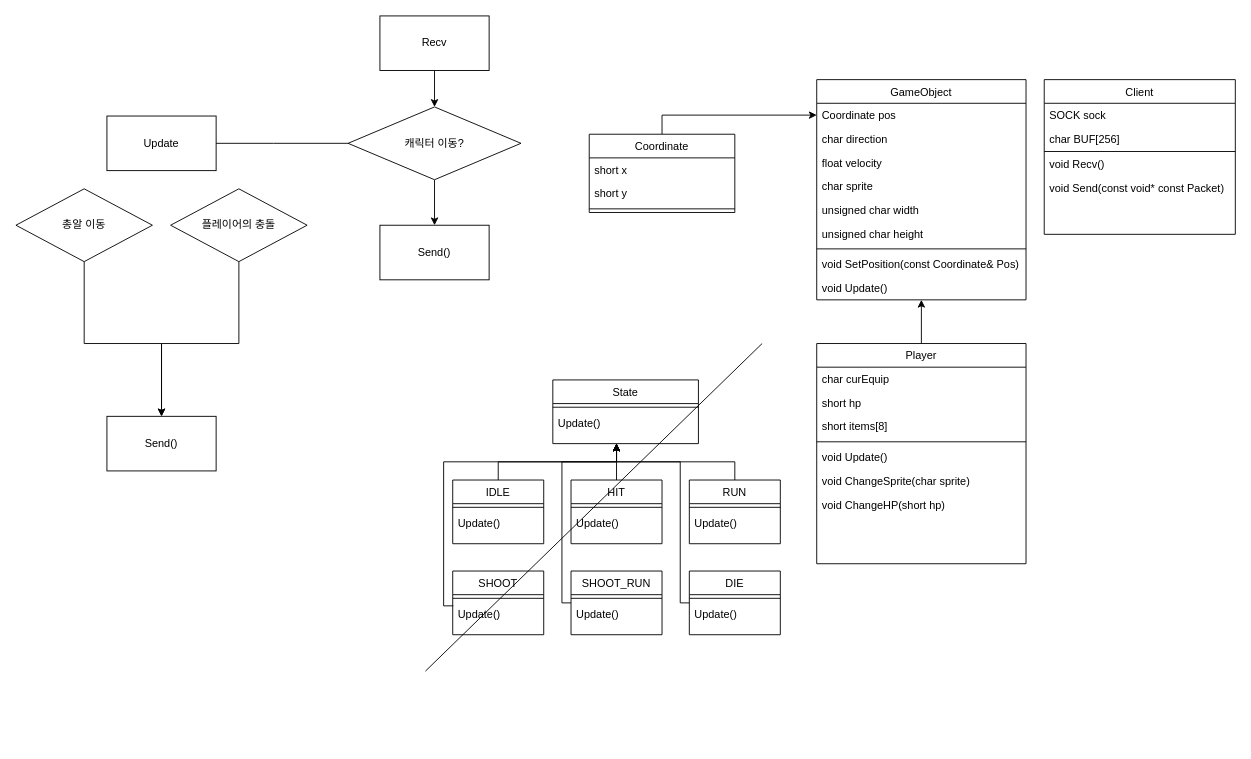
Above: server_class_diagram.drawio in kakik/agari (draw.io), before the change. Source tidied: cells renumbered, new cells numbered last; positions are measured from the earlier drawing's top-left corner, leaving out a move shared by most shapes. Both pictures are drawn from the tidied source at 91%, with x=0, y=0 at pixel (15, 15).
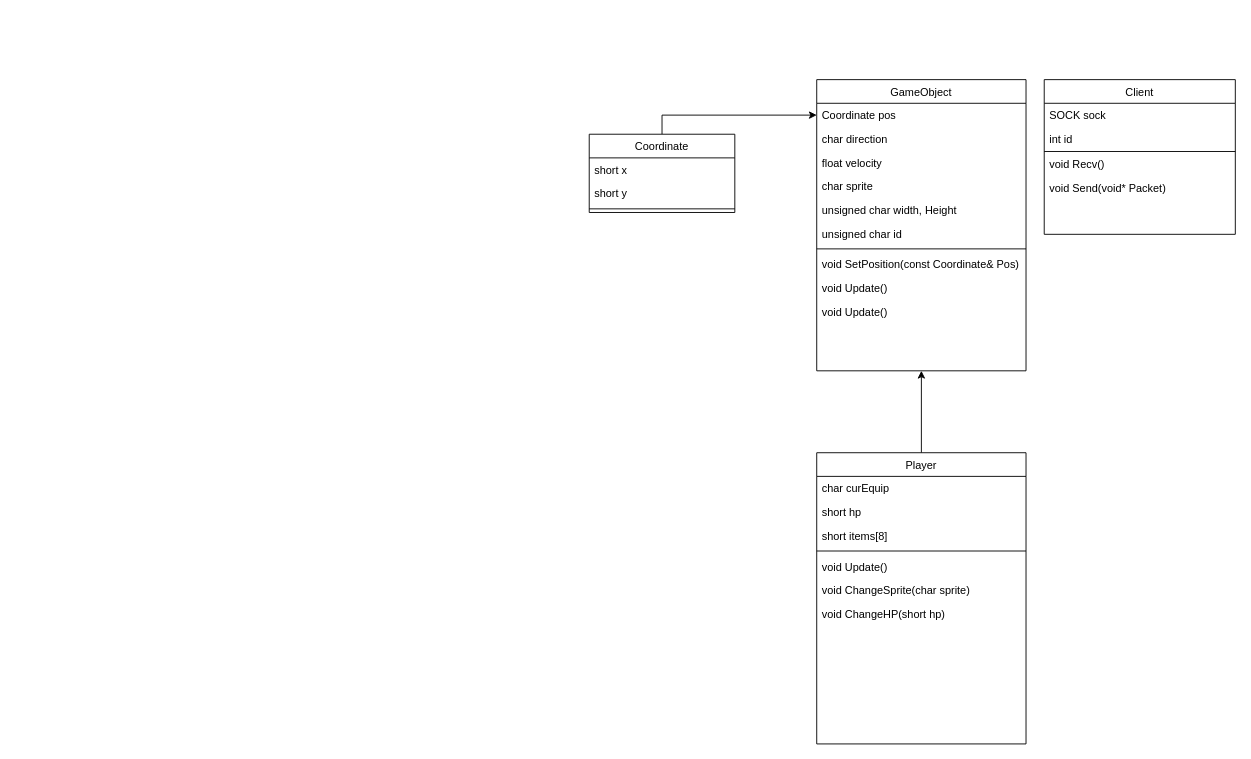
The same diagram, later.

The change refers to these unchanged cells:
```xml
<mxCell id="53" value="Client&#10;" style="swimlane;fontStyle=0;align=center;verticalAlign=top;horizontal=1;startSize=26;rounded=0;shadow=0;strokeWidth=1;" parent="1" vertex="1">
  <mxGeometry x="1130" y="70" width="210" height="170" as="geometry" />
</mxCell>
```

Change to the diagram source:
```diff
@@
     <mxCell id="3" value="Player" style="swimlane;fontStyle=0;align=center;verticalAlign=top;horizontal=1;startSize=26;rounded=0;shadow=0;strokeWidth=1;" parent="1" vertex="1">
-      <mxGeometry x="880" y="360" width="230" height="242" as="geometry" />
+      <mxGeometry x="880" y="480" width="230" height="320" as="geometry" />
     </mxCell>
@@
-    <mxCell id="11" value="State" style="swimlane;fontStyle=0;align=center;verticalAlign=top;horizontal=1;startSize=26;rounded=0;shadow=0;strokeWidth=1;" parent="1" vertex="1">
-      <mxGeometry x="590" y="400" width="160" height="70" as="geometry" />
-    </mxCell>
-    <mxCell id="12" style="line;html=1;strokeWidth=1;align=left;verticalAlign=middle;spacingTop=-1;spacingLeft=3;spacingRight=3;labelPosition=right;fontStyle=0;" parent="11" vertex="1">
-      <mxGeometry y="26" width="160" height="8" as="geometry" />
-    </mxCell>
-    <mxCell id="13" value="Update()" style="text;align=left;verticalAlign=top;spacingLeft=4;spacingRight=4;overflow=hidden;rounded=0;shadow=0;html=0;fontStyle=0;" parent="11" vertex="1">
-      <mxGeometry y="34" width="160" height="26" as="geometry" />
-    </mxCell>
-    <mxCell id="14" style="edgeStyle=orthogonalEdgeStyle;rounded=0;jettySize=auto;html=1;fontStyle=0;" parent="1" edge="1" source="15">
-      <mxGeometry relative="1" as="geometry">
-        <mxPoint x="660" y="470" as="targetPoint" />
-        <Array as="points">
-          <mxPoint x="530" y="490" />
-          <mxPoint x="660" y="490" />
-        </Array>
-      </mxGeometry>
-    </mxCell>
-    <mxCell id="15" value="IDLE" style="swimlane;fontStyle=0;align=center;verticalAlign=top;horizontal=1;startSize=26;rounded=0;shadow=0;strokeWidth=1;" parent="1" vertex="1">
-      <mxGeometry x="480" y="510" width="100" height="70" as="geometry" />
-    </mxCell>
-    <mxCell id="16" style="line;html=1;strokeWidth=1;align=left;verticalAlign=middle;spacingTop=-1;spacingLeft=3;spacingRight=3;labelPosition=right;fontStyle=0;" parent="15" vertex="1">
-      <mxGeometry y="26" width="100" height="8" as="geometry" />
-    </mxCell>
-    <mxCell id="17" value="Update()" style="text;align=left;verticalAlign=top;spacingLeft=4;spacingRight=4;overflow=hidden;rounded=0;shadow=0;html=0;fontStyle=0;" parent="15" vertex="1">
-      <mxGeometry y="34" width="100" height="26" as="geometry" />
-    </mxCell>
-    <mxCell id="18" style="edgeStyle=orthogonalEdgeStyle;rounded=0;jettySize=auto;html=1;fontStyle=0;" parent="1" edge="1" source="19">
-      <mxGeometry relative="1" as="geometry">
-        <mxPoint x="660" y="470" as="targetPoint" />
-      </mxGeometry>
-    </mxCell>
-    <mxCell id="19" value="HIT" style="swimlane;fontStyle=0;align=center;verticalAlign=top;horizontal=1;startSize=26;rounded=0;shadow=0;strokeWidth=1;" parent="1" vertex="1">
-      <mxGeometry x="610" y="510" width="100" height="70" as="geometry" />
-    </mxCell>
-    <mxCell id="20" style="line;html=1;strokeWidth=1;align=left;verticalAlign=middle;spacingTop=-1;spacingLeft=3;spacingRight=3;labelPosition=right;fontStyle=0;" parent="19" vertex="1">
-      <mxGeometry y="26" width="100" height="8" as="geometry" />
-    </mxCell>
-    <mxCell id="21" value="Update()" style="text;align=left;verticalAlign=top;spacingLeft=4;spacingRight=4;overflow=hidden;rounded=0;shadow=0;html=0;fontStyle=0;" parent="19" vertex="1">
-      <mxGeometry y="34" width="100" height="26" as="geometry" />
-    </mxCell>
-    <mxCell id="22" style="edgeStyle=orthogonalEdgeStyle;rounded=0;jettySize=auto;html=1;fontStyle=0;" parent="1" edge="1" source="23">
-      <mxGeometry relative="1" as="geometry">
-        <mxPoint x="660" y="470" as="targetPoint" />
-        <Array as="points">
-          <mxPoint x="790" y="490" />
-          <mxPoint x="660" y="490" />
-        </Array>
-      </mxGeometry>
-    </mxCell>
-    <mxCell id="23" value="RUN" style="swimlane;fontStyle=0;align=center;verticalAlign=top;horizontal=1;startSize=26;rounded=0;shadow=0;strokeWidth=1;" parent="1" vertex="1">
-      <mxGeometry x="740" y="510" width="100" height="70" as="geometry" />
-    </mxCell>
-    <mxCell id="24" style="line;html=1;strokeWidth=1;align=left;verticalAlign=middle;spacingTop=-1;spacingLeft=3;spacingRight=3;labelPosition=right;fontStyle=0;" parent="23" vertex="1">
-      <mxGeometry y="26" width="100" height="8" as="geometry" />
-    </mxCell>
-    <mxCell id="25" value="Update()" style="text;align=left;verticalAlign=top;spacingLeft=4;spacingRight=4;overflow=hidden;rounded=0;shadow=0;html=0;fontStyle=0;" parent="23" vertex="1">
-      <mxGeometry y="34" width="100" height="26" as="geometry" />
-    </mxCell>
-    <mxCell id="26" style="edgeStyle=orthogonalEdgeStyle;rounded=0;jettySize=auto;html=1;exitX=0.006;exitY=0.164;exitDx=0;exitDy=0;exitPerimeter=0;fontStyle=0;" parent="1" edge="1" source="29">
-      <mxGeometry relative="1" as="geometry">
-        <mxPoint x="660" y="470" as="targetPoint" />
-        <Array as="points">
-          <mxPoint x="470" y="648" />
-          <mxPoint x="470" y="490" />
-          <mxPoint x="660" y="490" />
-        </Array>
-      </mxGeometry>
-    </mxCell>
-    <mxCell id="27" value="SHOOT" style="swimlane;fontStyle=0;align=center;verticalAlign=top;horizontal=1;startSize=26;rounded=0;shadow=0;strokeWidth=1;" parent="1" vertex="1">
-      <mxGeometry x="480" y="610" width="100" height="70" as="geometry" />
-    </mxCell>
-    <mxCell id="28" style="line;html=1;strokeWidth=1;align=left;verticalAlign=middle;spacingTop=-1;spacingLeft=3;spacingRight=3;labelPosition=right;fontStyle=0;" parent="27" vertex="1">
-      <mxGeometry y="26" width="100" height="8" as="geometry" />
-    </mxCell>
-    <mxCell id="29" value="Update()" style="text;align=left;verticalAlign=top;spacingLeft=4;spacingRight=4;overflow=hidden;points=[[0,0.5],[1,0.5]];portConstraint=eastwest;rounded=0;shadow=0;html=0;fontStyle=0;" parent="27" vertex="1">
-      <mxGeometry y="34" width="100" height="26" as="geometry" />
-    </mxCell>
-    <mxCell id="30" style="edgeStyle=orthogonalEdgeStyle;rounded=0;jettySize=auto;html=1;fontStyle=0;" parent="1" edge="1" source="31">
-      <mxGeometry relative="1" as="geometry">
-        <mxPoint x="660" y="470" as="targetPoint" />
-        <Array as="points">
-          <mxPoint x="730" y="645" />
-          <mxPoint x="730" y="490" />
-          <mxPoint x="660" y="490" />
-        </Array>
-      </mxGeometry>
-    </mxCell>
-    <mxCell id="31" value="DIE" style="swimlane;fontStyle=0;align=center;verticalAlign=top;horizontal=1;startSize=26;rounded=0;shadow=0;strokeWidth=1;" parent="1" vertex="1">
-      <mxGeometry x="740" y="610" width="100" height="70" as="geometry" />
-    </mxCell>
-    <mxCell id="32" style="line;html=1;strokeWidth=1;align=left;verticalAlign=middle;spacingTop=-1;spacingLeft=3;spacingRight=3;labelPosition=right;fontStyle=0;" parent="31" vertex="1">
-      <mxGeometry y="26" width="100" height="8" as="geometry" />
-    </mxCell>
-    <mxCell id="33" value="Update()" style="text;align=left;verticalAlign=top;spacingLeft=4;spacingRight=4;overflow=hidden;rounded=0;shadow=0;html=0;fontStyle=0;" parent="31" vertex="1">
-      <mxGeometry y="34" width="100" height="26" as="geometry" />
-    </mxCell>
-    <mxCell id="34" style="edgeStyle=orthogonalEdgeStyle;rounded=0;jettySize=auto;html=1;fontStyle=0;" parent="1" edge="1" source="35">
-      <mxGeometry relative="1" as="geometry">
-        <mxPoint x="660" y="470" as="targetPoint" />
-        <Array as="points">
-          <mxPoint x="600" y="645" />
-          <mxPoint x="600" y="490" />
-          <mxPoint x="660" y="490" />
-        </Array>
-      </mxGeometry>
-    </mxCell>
-    <mxCell id="35" value="SHOOT_RUN" style="swimlane;fontStyle=0;align=center;verticalAlign=top;horizontal=1;startSize=26;rounded=0;shadow=0;strokeWidth=1;" parent="1" vertex="1">
-      <mxGeometry x="610" y="610" width="100" height="70" as="geometry" />
-    </mxCell>
-    <mxCell id="36" style="line;html=1;strokeWidth=1;align=left;verticalAlign=middle;spacingTop=-1;spacingLeft=3;spacingRight=3;labelPosition=right;fontStyle=0;" parent="35" vertex="1">
-      <mxGeometry y="26" width="100" height="8" as="geometry" />
-    </mxCell>
-    <mxCell id="37" value="Update()" style="text;align=left;verticalAlign=top;spacingLeft=4;spacingRight=4;overflow=hidden;rounded=0;shadow=0;html=0;fontStyle=0;" parent="35" vertex="1">
-      <mxGeometry y="34" width="100" height="26" as="geometry" />
-    </mxCell>
@@
     <mxCell id="43" value="GameObject" style="swimlane;fontStyle=0;align=center;verticalAlign=top;horizontal=1;startSize=26;rounded=0;shadow=0;strokeWidth=1;" parent="1" vertex="1">
-      <mxGeometry x="880" y="70" width="230" height="242" as="geometry" />
+      <mxGeometry x="880" y="70" width="230" height="320" as="geometry" />
     </mxCell>
@@
-    <mxCell id="48" value="unsigned char width" style="text;align=left;verticalAlign=top;spacingLeft=4;spacingRight=4;overflow=hidden;" parent="43" vertex="1">
+    <mxCell id="48" value="unsigned char width, Height" style="text;align=left;verticalAlign=top;spacingLeft=4;spacingRight=4;overflow=hidden;" parent="43" vertex="1">
       <mxGeometry y="130" width="230" height="26" as="geometry" />
     </mxCell>
-    <mxCell id="49" value="unsigned char height" style="text;align=left;verticalAlign=top;spacingLeft=4;spacingRight=4;overflow=hidden;" parent="43" vertex="1">
+    <mxCell id="49" value="unsigned char id" style="text;align=left;verticalAlign=top;spacingLeft=4;spacingRight=4;overflow=hidden;" parent="43" vertex="1">
       <mxGeometry y="156" width="230" height="26" as="geometry" />
     </mxCell>
@@
+    <mxCell id="72" value="void Update()" style="text;align=left;verticalAlign=top;spacingLeft=4;spacingRight=4;overflow=hidden;rounded=0;shadow=0;html=0;" parent="43" vertex="1">
+      <mxGeometry y="242" width="230" height="26" as="geometry" />
+    </mxCell>
@@
-    <mxCell id="55" value="char BUF[256]" style="text;align=left;verticalAlign=top;spacingLeft=4;spacingRight=4;overflow=hidden;rounded=0;shadow=0;html=0;" parent="53" vertex="1">
+    <mxCell id="55" value="int id" style="text;align=left;verticalAlign=top;spacingLeft=4;spacingRight=4;overflow=hidden;rounded=0;shadow=0;html=0;" parent="53" vertex="1">
       <mxGeometry y="52" width="210" height="26" as="geometry" />
     </mxCell>
@@
-    <mxCell id="58" value="void Send(const void* const Packet)" style="text;align=left;verticalAlign=top;spacingLeft=4;spacingRight=4;overflow=hidden;rounded=0;shadow=0;html=0;" parent="53" vertex="1">
+    <mxCell id="58" value="void Send(void* Packet)" style="text;align=left;verticalAlign=top;spacingLeft=4;spacingRight=4;overflow=hidden;rounded=0;shadow=0;html=0;" parent="53" vertex="1">
       <mxGeometry y="106" width="210" height="26" as="geometry" />
     </mxCell>
-    <mxCell id="59" style="edgeStyle=orthogonalEdgeStyle;rounded=0;jettySize=auto;html=1;" parent="1" edge="1" source="60" target="61">
-      <mxGeometry relative="1" as="geometry">
-        <Array as="points">
-          <mxPoint x="245" y="360" />
-          <mxPoint x="160" y="360" />
-        </Array>
-      </mxGeometry>
-    </mxCell>
-    <mxCell id="60" value="플레이어의 충돌" style="rhombus;whiteSpace=wrap;html=1;" parent="1" vertex="1">
-      <mxGeometry x="170" y="190" width="150" height="80" as="geometry" />
-    </mxCell>
-    <mxCell id="61" value="Send()" style="whiteSpace=wrap;html=1;" parent="1" vertex="1">
-      <mxGeometry x="100" y="440" width="120" height="60" as="geometry" />
-    </mxCell>
-    <mxCell id="62" style="edgeStyle=orthogonalEdgeStyle;rounded=0;jettySize=auto;html=1;entryX=0.5;entryY=0;entryDx=0;entryDy=0;exitX=0.5;exitY=1;exitDx=0;exitDy=0;" parent="1" edge="1" source="63" target="61">
-      <mxGeometry relative="1" as="geometry">
-        <Array as="points">
-          <mxPoint x="75" y="360" />
-          <mxPoint x="160" y="360" />
-        </Array>
-      </mxGeometry>
-    </mxCell>
-    <mxCell id="63" value="총알 이동" style="rhombus;whiteSpace=wrap;html=1;" parent="1" vertex="1">
-      <mxGeometry y="190" width="150" height="80" as="geometry" />
-    </mxCell>
-    <mxCell id="64" value="Send()" style="whiteSpace=wrap;html=1;" parent="1" vertex="1">
-      <mxGeometry x="400" y="230" width="120" height="60" as="geometry" />
-    </mxCell>
-    <mxCell id="65" style="edgeStyle=orthogonalEdgeStyle;rounded=0;jettySize=auto;html=1;entryX=0.5;entryY=0;entryDx=0;entryDy=0;" parent="1" edge="1" source="66" target="69">
-      <mxGeometry relative="1" as="geometry" />
-    </mxCell>
-    <mxCell id="66" value="Recv" style="rounded=0;whiteSpace=wrap;html=1;" parent="1" vertex="1">
-      <mxGeometry x="400" width="120" height="60" as="geometry" />
-    </mxCell>
-    <mxCell id="67" style="edgeStyle=orthogonalEdgeStyle;rounded=0;jettySize=auto;html=1;" parent="1" edge="1" source="69" target="64">
-      <mxGeometry relative="1" as="geometry" />
-    </mxCell>
-    <mxCell id="68" style="edgeStyle=orthogonalEdgeStyle;rounded=0;jettySize=auto;html=1;" parent="1" edge="1" source="69">
-      <mxGeometry relative="1" as="geometry">
-        <mxPoint x="200" y="140" as="targetPoint" />
-      </mxGeometry>
-    </mxCell>
-    <mxCell id="69" value="캐릭터 이동?" style="rhombus;whiteSpace=wrap;html=1;" parent="1" vertex="1">
-      <mxGeometry x="365" y="100" width="190" height="80" as="geometry" />
-    </mxCell>
-    <mxCell id="70" value="Update" style="rounded=0;whiteSpace=wrap;html=1;" parent="1" vertex="1">
-      <mxGeometry x="100" y="110" width="120" height="60" as="geometry" />
-    </mxCell>
-    <mxCell id="71" style="endArrow=none;html=1;rounded=0;" parent="1" edge="1">
-      <mxGeometry relative="1" as="geometry">
-        <mxPoint x="450" y="720" as="sourcePoint" />
-        <mxPoint x="820" y="360" as="targetPoint" />
-      </mxGeometry>
-    </mxCell>
```
